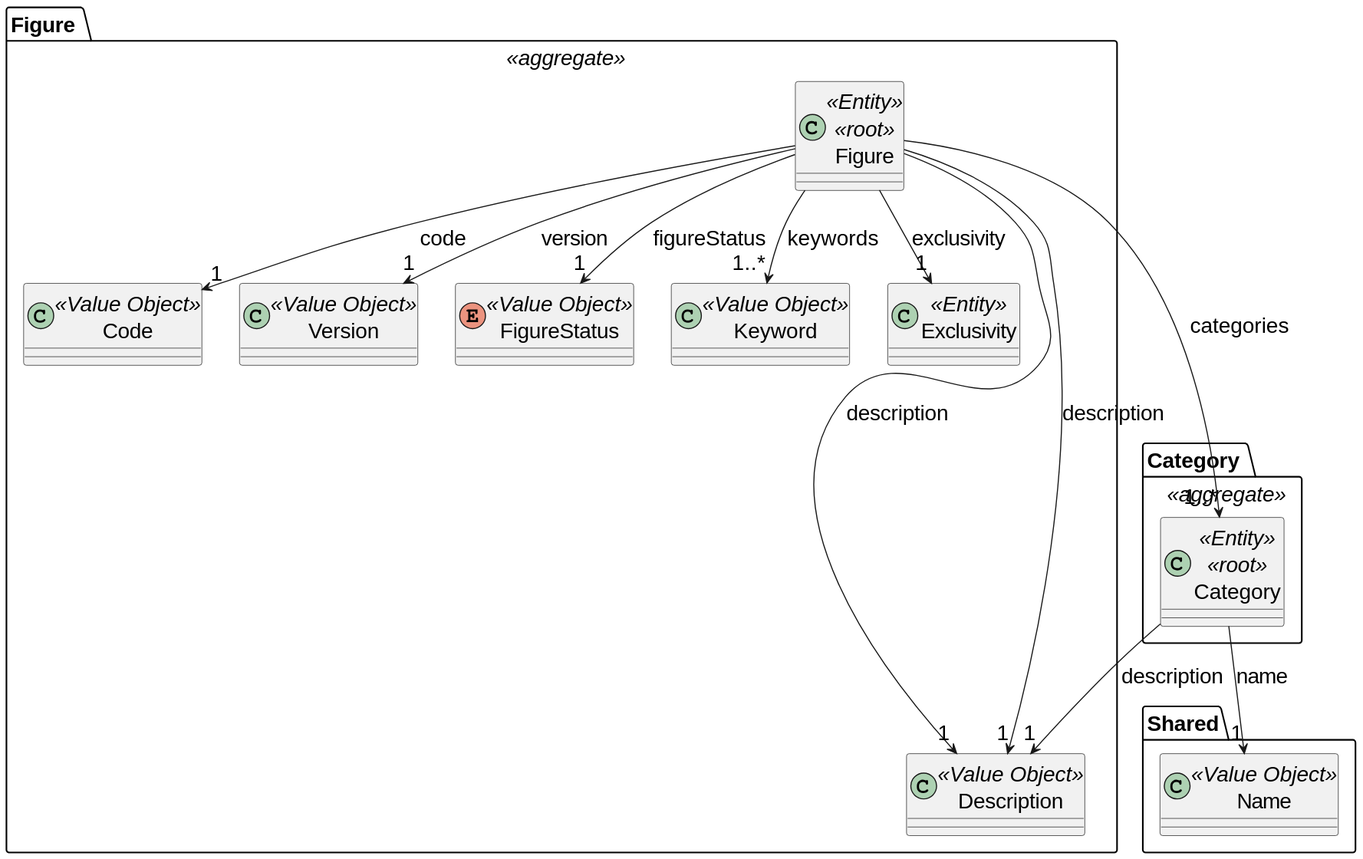
diogoveirospro/sem4pi-2024-2025-sem4pi_2024_2025_g44 keeps this PlantUML diagram as docs/SPRINT_2/US231/images/domain_model_us231.svg. Above is the earlier version.
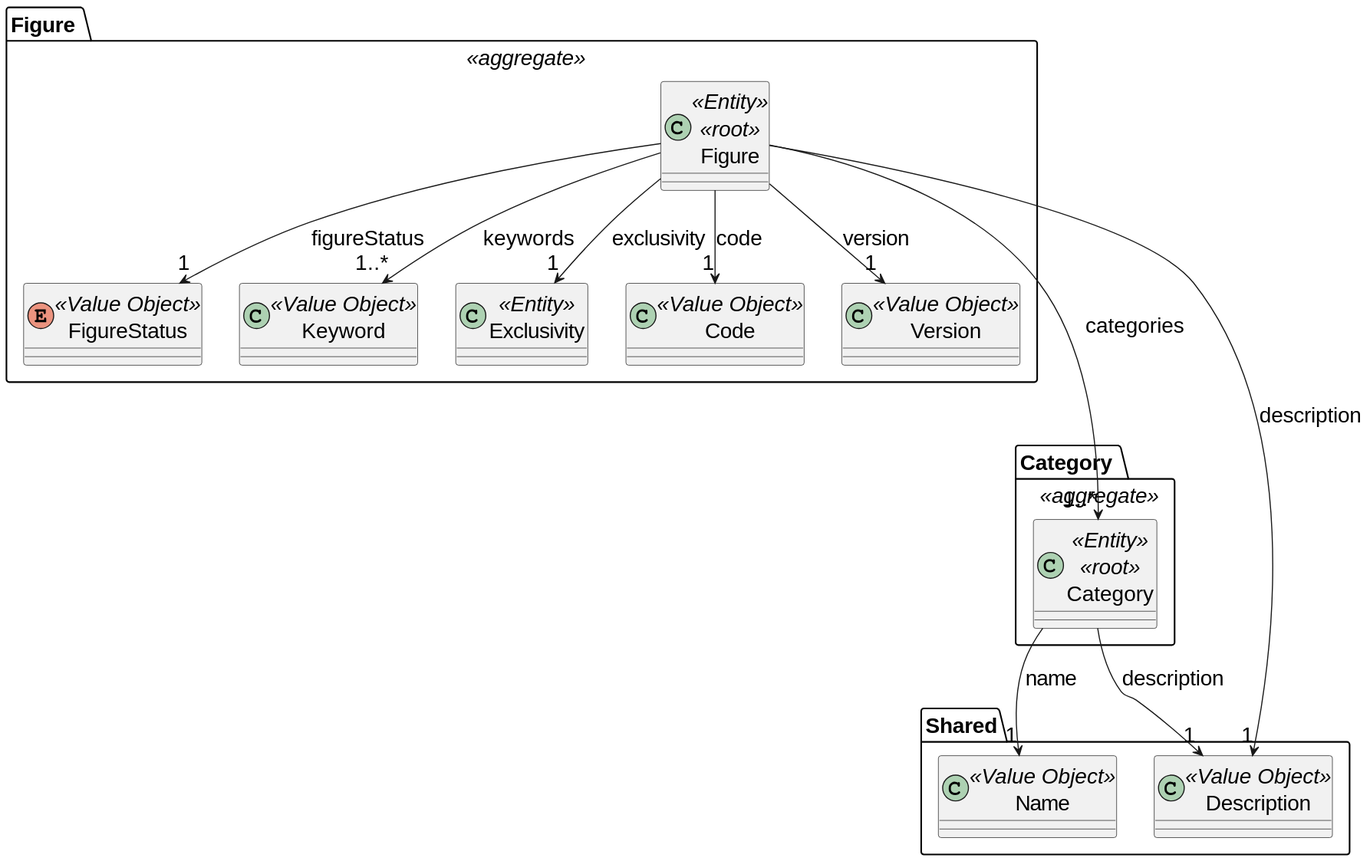
Above is the later version.

What changed in the source:
```diff
@@ -26,7 +26,6 @@
     Figure --> "1" Exclusivity: exclusivity
     Figure --> "1" Code: code
     Figure --> "1" Version: version
-    Figure --> "1" Description: description
     Figure --> "1" FigureStatus: figureStatus
 }
 
```
